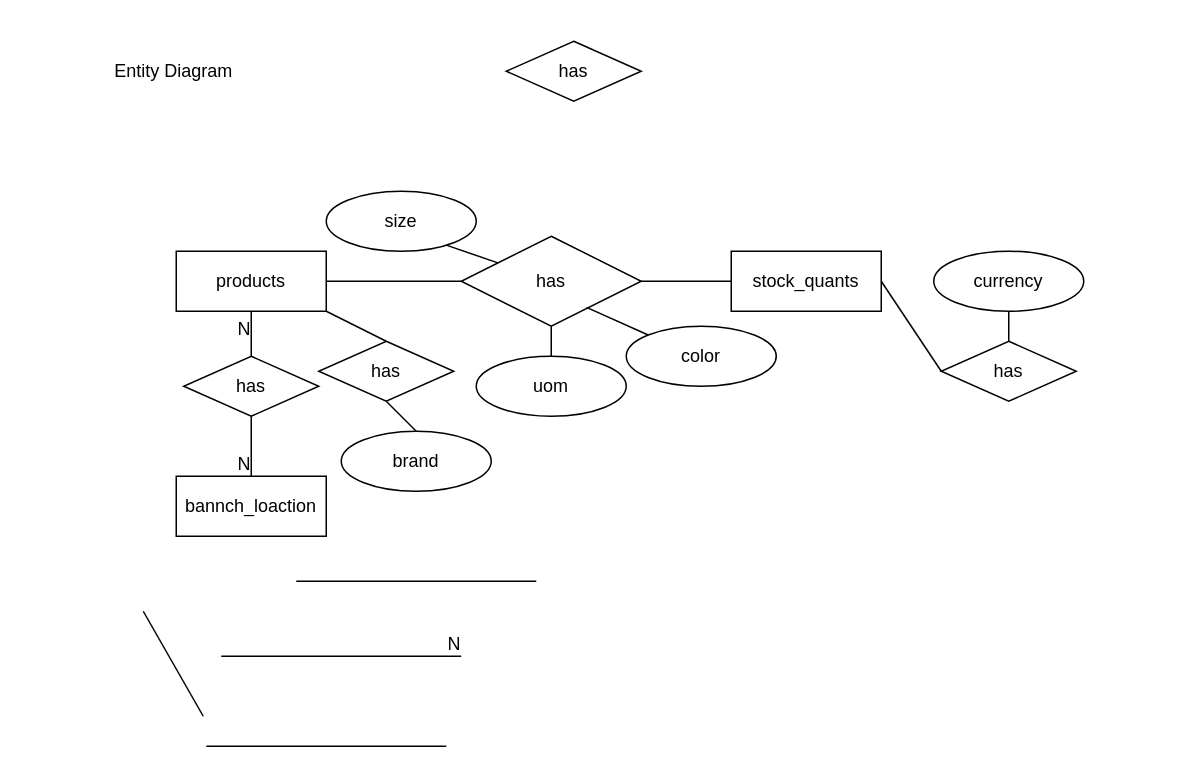
This is page "Page-4" (4 of 4) of SeviceHandler.drawio from iphearum/Documents, a draw.io file, before an edit. Source tidied: cells renumbered, new cells numbered last; positions are measured from the earlier drawing's top-left corner, leaving out a move shared by most shapes. Both pictures are drawn from the tidied source at 150%, with x=0, y=0 at pixel (105, 40).
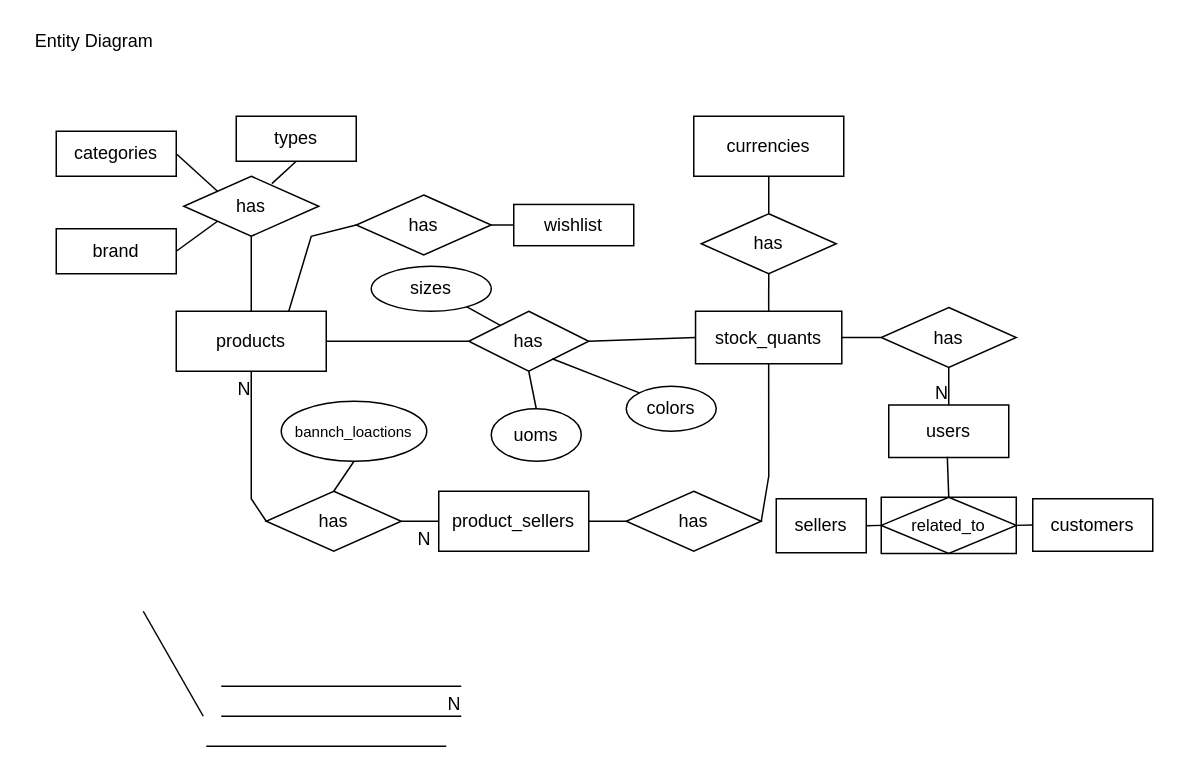
The same diagram, later.

Diff of the diagram source:
```diff
@@
     <mxCell id="2" value="Entity Diagram" style="text;html=1;align=center;verticalAlign=middle;" parent="1" vertex="1">
-      <mxGeometry y="10" width="90" height="20" as="geometry" />
+      <mxGeometry x="-53" y="-10" width="90" height="20" as="geometry" />
     </mxCell>
     <mxCell id="3" value="products" style="whiteSpace=wrap;html=1;align=center;" parent="1" vertex="1">
-      <mxGeometry x="47" y="140" width="100" height="40" as="geometry" />
+      <mxGeometry x="47" y="180" width="100" height="40" as="geometry" />
     </mxCell>
     <mxCell id="4" value="has" style="shape=rhombus;perimeter=rhombusPerimeter;whiteSpace=wrap;html=1;align=center;" parent="1" vertex="1">
-      <mxGeometry x="237" y="130" width="120" height="60" as="geometry" />
+      <mxGeometry x="242" y="180" width="80" height="40" as="geometry" />
     </mxCell>
     <mxCell id="5" value="stock_quants" style="whiteSpace=wrap;html=1;align=center;" parent="1" vertex="1">
-      <mxGeometry x="417" y="140" width="100" height="40" as="geometry" />
+      <mxGeometry x="393.2" y="180" width="97.5" height="35" as="geometry" />
     </mxCell>
-    <mxCell id="6" value="currency" style="ellipse;whiteSpace=wrap;html=1;align=center;" parent="1" vertex="1">
-      <mxGeometry x="552" y="140" width="100" height="40" as="geometry" />
-    </mxCell>
-    <mxCell id="7" value="uom" style="ellipse;whiteSpace=wrap;html=1;align=center;" parent="1" vertex="1">
-      <mxGeometry x="247" y="210" width="100" height="40" as="geometry" />
+    <mxCell id="7" value="uoms" style="ellipse;whiteSpace=wrap;html=1;align=center;" parent="1" vertex="1">
+      <mxGeometry x="257" y="245" width="60" height="35" as="geometry" />
     </mxCell>
     <mxCell id="8" value="has" style="shape=rhombus;perimeter=rhombusPerimeter;whiteSpace=wrap;html=1;align=center;" parent="1" vertex="1">
-      <mxGeometry x="267" width="90" height="40" as="geometry" />
+      <mxGeometry x="167" y="102.5" width="90" height="40" as="geometry" />
     </mxCell>
-    <mxCell id="9" value="has" style="shape=rhombus;perimeter=rhombusPerimeter;whiteSpace=wrap;html=1;align=center;" parent="1" vertex="1">
-      <mxGeometry x="52" y="210" width="90" height="40" as="geometry" />
-    </mxCell>
-    <mxCell id="10" value="color" style="ellipse;whiteSpace=wrap;html=1;align=center;" parent="1" vertex="1">
-      <mxGeometry x="347" y="190" width="100" height="40" as="geometry" />
+    <mxCell id="10" value="colors" style="ellipse;whiteSpace=wrap;html=1;align=center;" parent="1" vertex="1">
+      <mxGeometry x="347" y="230" width="60" height="30" as="geometry" />
     </mxCell>
@@
-    <mxCell id="13" style="endArrow=none;html=1;rounded=0;exitX=1;exitY=0.5;exitDx=0;exitDy=0;" parent="1" edge="1" source="4">
-      <mxGeometry relative="1" as="geometry">
-        <mxPoint x="417" y="160" as="targetPoint" />
-      </mxGeometry>
+    <mxCell id="13" style="endArrow=none;html=1;rounded=0;exitX=1;exitY=0.5;exitDx=0;exitDy=0;entryX=0;entryY=0.5;entryDx=0;entryDy=0;" parent="1" edge="1" source="4" target="5">
+      <mxGeometry relative="1" as="geometry" />
     </mxCell>
@@
-    <mxCell id="18" value="size" style="ellipse;whiteSpace=wrap;html=1;align=center;" parent="1" vertex="1">
-      <mxGeometry x="147" y="100" width="100" height="40" as="geometry" />
+    <mxCell id="18" value="sizes" style="ellipse;whiteSpace=wrap;html=1;align=center;" parent="1" vertex="1">
+      <mxGeometry x="177" y="150" width="80" height="30" as="geometry" />
     </mxCell>
     <mxCell id="19" style="endArrow=none;html=1;rounded=0;" parent="1" edge="1">
       <mxGeometry relative="1" as="geometry">
-        <mxPoint x="127" y="360" as="sourcePoint" />
-        <mxPoint x="287" y="360" as="targetPoint" />
+        <mxPoint x="77" y="430" as="sourcePoint" />
+        <mxPoint x="237" y="430" as="targetPoint" />
       </mxGeometry>
     </mxCell>
     <mxCell id="20" value="has" style="shape=rhombus;perimeter=rhombusPerimeter;whiteSpace=wrap;html=1;align=center;rotation=0;" parent="1" vertex="1">
-      <mxGeometry x="557" y="200" width="90" height="40" as="geometry" />
+      <mxGeometry x="517" y="177.5" width="90" height="40" as="geometry" />
     </mxCell>
-    <mxCell id="21" style="endArrow=none;html=1;rounded=0;exitX=0.5;exitY=1;exitDx=0;exitDy=0;entryX=0.5;entryY=0;entryDx=0;entryDy=0;" parent="1" edge="1" source="6" target="20">
-      <mxGeometry relative="1" as="geometry" />
-    </mxCell>
@@
-    <mxCell id="23" value="brand" style="ellipse;whiteSpace=wrap;html=1;align=center;" parent="1" vertex="1">
-      <mxGeometry x="157" y="260" width="100" height="40" as="geometry" />
-    </mxCell>
-    <mxCell id="24" style="endArrow=none;html=1;rounded=0;entryX=0.5;entryY=0;entryDx=0;entryDy=0;exitX=0.5;exitY=1;exitDx=0;exitDy=0;" parent="1" edge="1" source="32" target="23">
+    <mxCell id="24" style="endArrow=none;html=1;rounded=0;entryX=1;entryY=0.5;entryDx=0;entryDy=0;exitX=0;exitY=1;exitDx=0;exitDy=0;" parent="1" edge="1" source="32" target="23">
       <mxGeometry relative="1" as="geometry" />
     </mxCell>
-    <mxCell id="25" value="bannch_loaction" style="whiteSpace=wrap;html=1;align=center;" parent="1" vertex="1">
-      <mxGeometry x="47" y="290" width="100" height="40" as="geometry" />
-    </mxCell>
-    <mxCell id="26" style="endArrow=none;html=1;rounded=0;entryX=0.5;entryY=1;entryDx=0;entryDy=0;exitX=0.5;exitY=0;exitDx=0;exitDy=0;" parent="1" edge="1" source="9" target="3">
-      <mxGeometry relative="1" as="geometry" />
+    <mxCell id="26" style="endArrow=none;html=1;rounded=0;entryX=0.5;entryY=1;entryDx=0;entryDy=0;exitX=0;exitY=0.5;exitDx=0;exitDy=0;" parent="1" edge="1" source="37" target="3">
+      <mxGeometry relative="1" as="geometry">
+        <Array as="points">
+          <mxPoint x="97" y="305" />
+        </Array>
+      </mxGeometry>
     </mxCell>
@@
-    <mxCell id="28" style="endArrow=none;html=1;rounded=0;exitX=0.5;exitY=1;exitDx=0;exitDy=0;entryX=0.5;entryY=0;entryDx=0;entryDy=0;" parent="1" edge="1" source="9" target="25">
-      <mxGeometry relative="1" as="geometry" />
-    </mxCell>
-    <mxCell id="29" value="N" style="html=1;align=right;verticalAlign=bottom;" parent="28" vertex="1">
-      <mxGeometry x="1" relative="1" as="geometry" />
-    </mxCell>
     <mxCell id="30" style="endArrow=none;html=1;rounded=0;" parent="1" edge="1">
       <mxGeometry relative="1" as="geometry">
-        <mxPoint x="77" y="410" as="sourcePoint" />
-        <mxPoint x="237" y="410" as="targetPoint" />
+        <mxPoint x="77" y="450" as="sourcePoint" />
+        <mxPoint x="237" y="450" as="targetPoint" />
       </mxGeometry>
     </mxCell>
@@
     <mxCell id="32" value="has" style="shape=rhombus;perimeter=rhombusPerimeter;whiteSpace=wrap;html=1;align=center;" parent="1" vertex="1">
-      <mxGeometry x="142" y="200" width="90" height="40" as="geometry" />
+      <mxGeometry x="52" y="90" width="90" height="40" as="geometry" />
     </mxCell>
-    <mxCell id="33" style="endArrow=none;html=1;rounded=0;entryX=0.5;entryY=0;entryDx=0;entryDy=0;exitX=1;exitY=1;exitDx=0;exitDy=0;" parent="1" edge="1" source="3" target="32">
+    <mxCell id="33" style="endArrow=none;html=1;rounded=0;entryX=0.5;entryY=1;entryDx=0;entryDy=0;exitX=0.5;exitY=0;exitDx=0;exitDy=0;" parent="1" edge="1" source="3" target="32">
       <mxGeometry relative="1" as="geometry" />
     </mxCell>
+    <mxCell id="34" style="endArrow=none;html=1;rounded=0;entryX=1;entryY=0.5;entryDx=0;entryDy=0;exitX=0;exitY=0;exitDx=0;exitDy=0;" parent="1" edge="1" source="32" target="53">
+      <mxGeometry relative="1" as="geometry" />
+    </mxCell>
+    <mxCell id="35" style="endArrow=none;html=1;rounded=0;entryX=0.5;entryY=1;entryDx=0;entryDy=0;exitX=0.653;exitY=0.123;exitDx=0;exitDy=0;exitPerimeter=0;" parent="1" edge="1" source="32" target="54">
+      <mxGeometry relative="1" as="geometry" />
+    </mxCell>
+    <mxCell id="36" value="product_sellers" style="whiteSpace=wrap;html=1;align=center;" parent="1" vertex="1">
+      <mxGeometry x="222" y="300" width="100" height="40" as="geometry" />
+    </mxCell>
+    <mxCell id="37" value="has" style="shape=rhombus;perimeter=rhombusPerimeter;whiteSpace=wrap;html=1;align=center;" parent="1" vertex="1">
+      <mxGeometry x="107" y="300" width="90" height="40" as="geometry" />
+    </mxCell>
+    <mxCell id="38" style="endArrow=none;html=1;rounded=0;exitX=1;exitY=0.5;exitDx=0;exitDy=0;entryX=0;entryY=0.5;entryDx=0;entryDy=0;" parent="1" edge="1" source="37" target="36">
+      <mxGeometry relative="1" as="geometry" />
+    </mxCell>
+    <mxCell id="39" value="N" style="html=1;align=right;verticalAlign=bottom;" parent="38" vertex="1">
+      <mxGeometry x="1" relative="1" as="geometry">
+        <mxPoint x="-5" y="20" as="offset" />
+      </mxGeometry>
+    </mxCell>
+    <mxCell id="40" value="bannch_loactions" style="ellipse;whiteSpace=wrap;html=1;align=center;fontSize=10;" parent="1" vertex="1">
+      <mxGeometry x="117" y="240" width="97" height="40" as="geometry" />
+    </mxCell>
+    <mxCell id="41" style="endArrow=none;html=1;rounded=0;entryX=0.5;entryY=0;entryDx=0;entryDy=0;exitX=0.5;exitY=1;exitDx=0;exitDy=0;" parent="1" edge="1" source="40" target="37">
+      <mxGeometry relative="1" as="geometry" />
+    </mxCell>
+    <mxCell id="42" value="has" style="shape=rhombus;perimeter=rhombusPerimeter;whiteSpace=wrap;html=1;align=center;" parent="1" vertex="1">
+      <mxGeometry x="347" y="300" width="90" height="40" as="geometry" />
+    </mxCell>
+    <mxCell id="43" style="endArrow=none;html=1;rounded=0;exitX=1;exitY=0.5;exitDx=0;exitDy=0;entryX=0.5;entryY=1;entryDx=0;entryDy=0;" parent="1" edge="1" source="42" target="5">
+      <mxGeometry relative="1" as="geometry">
+        <Array as="points">
+          <mxPoint x="442" y="290" />
+        </Array>
+      </mxGeometry>
+    </mxCell>
+    <mxCell id="44" style="endArrow=none;html=1;rounded=0;exitX=1;exitY=0.5;exitDx=0;exitDy=0;entryX=0;entryY=0.5;entryDx=0;entryDy=0;" parent="1" edge="1" source="36" target="42">
+      <mxGeometry relative="1" as="geometry" />
+    </mxCell>
+    <mxCell id="45" value="users" style="whiteSpace=wrap;html=1;align=center;" parent="1" vertex="1">
+      <mxGeometry x="522" y="242.5" width="80" height="35" as="geometry" />
+    </mxCell>
+    <mxCell id="46" value="sellers" style="whiteSpace=wrap;html=1;align=center;" parent="1" vertex="1">
+      <mxGeometry x="447" y="305" width="60" height="36" as="geometry" />
+    </mxCell>
+    <mxCell id="47" value="customers" style="whiteSpace=wrap;html=1;align=center;" parent="1" vertex="1">
+      <mxGeometry x="618" y="305" width="80" height="35" as="geometry" />
+    </mxCell>
+    <mxCell id="48" style="endArrow=none;html=1;rounded=0;exitX=0.5;exitY=1;exitDx=0;exitDy=0;entryX=0.5;entryY=0;entryDx=0;entryDy=0;" parent="1" edge="1" source="20" target="45">
+      <mxGeometry relative="1" as="geometry" />
+    </mxCell>
+    <mxCell id="49" value="N" style="html=1;align=right;verticalAlign=bottom;" parent="48" vertex="1">
+      <mxGeometry x="1" relative="1" as="geometry" />
+    </mxCell>
+    <mxCell id="50" value="wishlist" style="whiteSpace=wrap;html=1;align=center;" parent="1" vertex="1">
+      <mxGeometry x="272" y="108.8" width="80" height="27.5" as="geometry" />
+    </mxCell>
+    <mxCell id="51" style="endArrow=none;html=1;rounded=0;entryX=0;entryY=0.5;entryDx=0;entryDy=0;exitX=0.75;exitY=0;exitDx=0;exitDy=0;" parent="1" edge="1" source="3" target="8">
+      <mxGeometry relative="1" as="geometry">
+        <Array as="points">
+          <mxPoint x="137" y="130" />
+        </Array>
+      </mxGeometry>
+    </mxCell>
+    <mxCell id="52" style="endArrow=none;html=1;rounded=0;entryX=1;entryY=0.5;entryDx=0;entryDy=0;exitX=0;exitY=0.5;exitDx=0;exitDy=0;" parent="1" edge="1" source="50" target="8">
+      <mxGeometry relative="1" as="geometry" />
+    </mxCell>
+    <mxCell id="23" value="brand" style="whiteSpace=wrap;html=1;align=center;" parent="1" vertex="1">
+      <mxGeometry x="-33" y="125" width="80" height="30" as="geometry" />
+    </mxCell>
+    <mxCell id="53" value="categories" style="whiteSpace=wrap;html=1;align=center;" parent="1" vertex="1">
+      <mxGeometry x="-33" y="60" width="80" height="30" as="geometry" />
+    </mxCell>
+    <mxCell id="54" value="types" style="whiteSpace=wrap;html=1;align=center;" parent="1" vertex="1">
+      <mxGeometry x="87" y="50" width="80" height="30" as="geometry" />
+    </mxCell>
+    <mxCell id="55" style="endArrow=none;html=1;rounded=0;exitX=1;exitY=0.5;exitDx=0;exitDy=0;entryX=0;entryY=0.5;entryDx=0;entryDy=0;" parent="1" edge="1" source="46" target="62">
+      <mxGeometry relative="1" as="geometry" />
+    </mxCell>
+    <mxCell id="56" style="endArrow=none;html=1;rounded=0;entryX=1;entryY=0.5;entryDx=0;entryDy=0;exitX=0;exitY=0.5;exitDx=0;exitDy=0;" parent="1" edge="1" source="47" target="62">
+      <mxGeometry relative="1" as="geometry" />
+    </mxCell>
+    <mxCell id="57" style="endArrow=none;html=1;rounded=0;entryX=0.488;entryY=0.985;entryDx=0;entryDy=0;exitX=0.5;exitY=0;exitDx=0;exitDy=0;entryPerimeter=0;" parent="1" edge="1" source="62" target="45">
+      <mxGeometry relative="1" as="geometry" />
+    </mxCell>
+    <mxCell id="58" value="has" style="shape=rhombus;perimeter=rhombusPerimeter;whiteSpace=wrap;html=1;align=center;rotation=0;" parent="1" vertex="1">
+      <mxGeometry x="397" y="115" width="90" height="40" as="geometry" />
+    </mxCell>
+    <mxCell id="59" style="endArrow=none;html=1;rounded=0;exitX=0.5;exitY=1;exitDx=0;exitDy=0;entryX=0.5;entryY=0;entryDx=0;entryDy=0;" parent="1" edge="1" source="61" target="58">
+      <mxGeometry relative="1" as="geometry" />
+    </mxCell>
+    <mxCell id="60" style="endArrow=none;html=1;rounded=0;exitX=0.5;exitY=1;exitDx=0;exitDy=0;entryX=0.5;entryY=0;entryDx=0;entryDy=0;" parent="1" edge="1" source="58" target="5">
+      <mxGeometry relative="1" as="geometry" />
+    </mxCell>
+    <mxCell id="61" value="currencies" style="whiteSpace=wrap;html=1;align=center;" parent="1" vertex="1">
+      <mxGeometry x="392" y="50" width="100" height="40" as="geometry" />
+    </mxCell>
+    <mxCell id="62" value="related_to" style="shape=associativeEntity;whiteSpace=wrap;html=1;align=center;rounded=0;fontSize=11;" parent="1" vertex="1">
+      <mxGeometry x="517" y="304" width="90" height="37.5" as="geometry" />
+    </mxCell>
```
